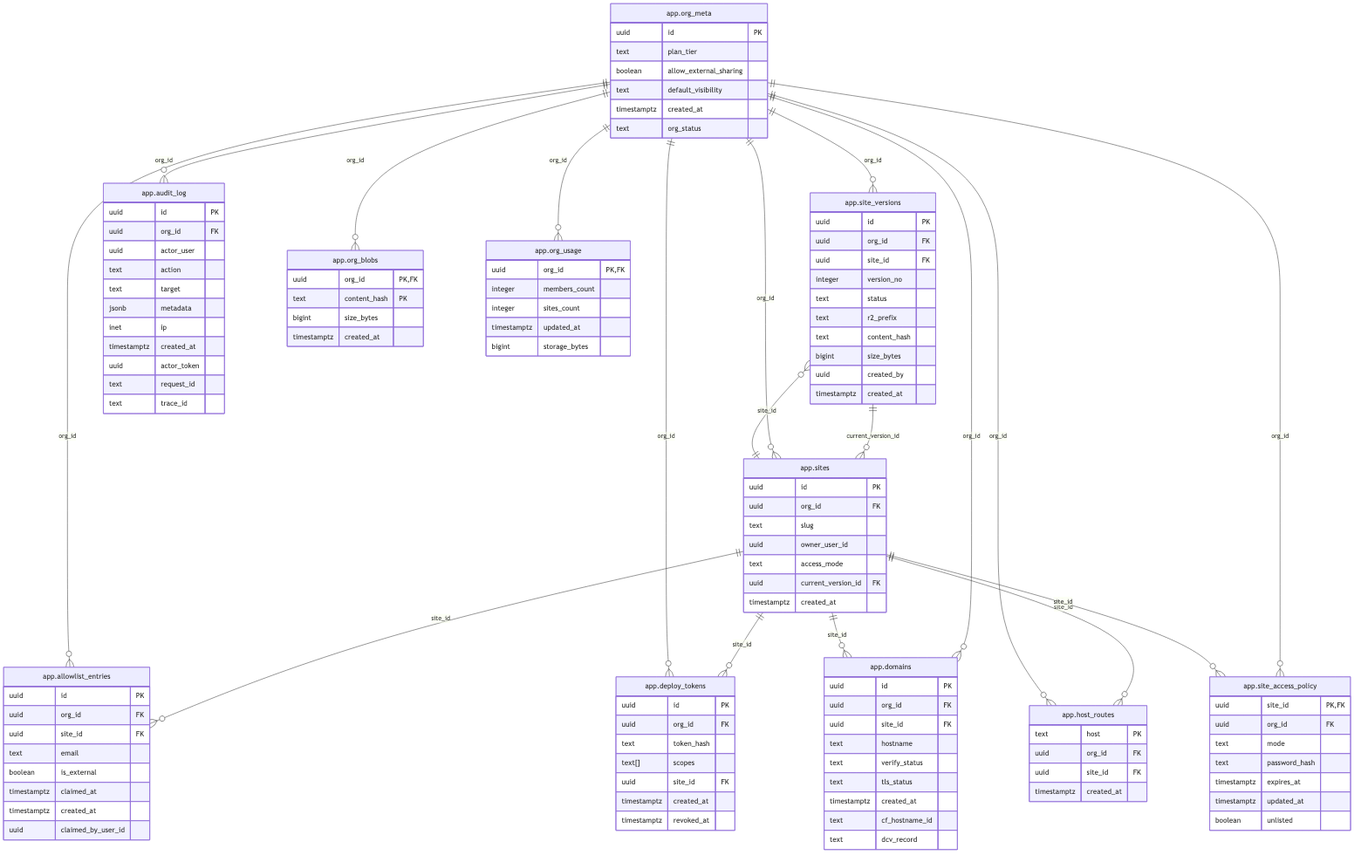
Earlier version of the Mermaid export docs/diagrams/schema-app.png (danielpang/dropway). Its source is kept beside it as docs/diagrams/schema-app.mmd.
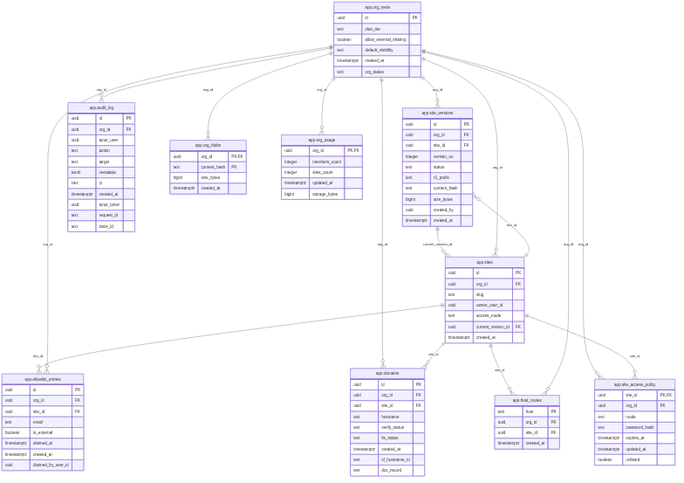
The same file after the commit.

Commit message:
Clean up dangling deploy_tokens references after the table drop

Diff of the diagram source:
```diff
@@ -51,15 +51,6 @@
     text request_id
     text trace_id
   }
-  app__deploy_tokens["app.deploy_tokens"] {
-    uuid id PK
-    uuid org_id FK
-    text token_hash
-    text[] scopes
-    uuid site_id FK
-    timestamptz created_at
-    timestamptz revoked_at
-  }
   app__domains["app.domains"] {
     uuid id PK
     uuid org_id FK
@@ -103,8 +94,6 @@
   app__sites ||--o{ app__allowlist_entries : "site_id"
   app__org_meta ||--o{ app__allowlist_entries : "org_id"
   app__org_meta ||--o{ app__audit_log : "org_id"
-  app__sites ||--o{ app__deploy_tokens : "site_id"
-  app__org_meta ||--o{ app__deploy_tokens : "org_id"
   app__org_meta ||--o{ app__domains : "org_id"
   app__sites ||--o{ app__domains : "site_id"
   app__sites ||--o{ app__host_routes : "site_id"
```
